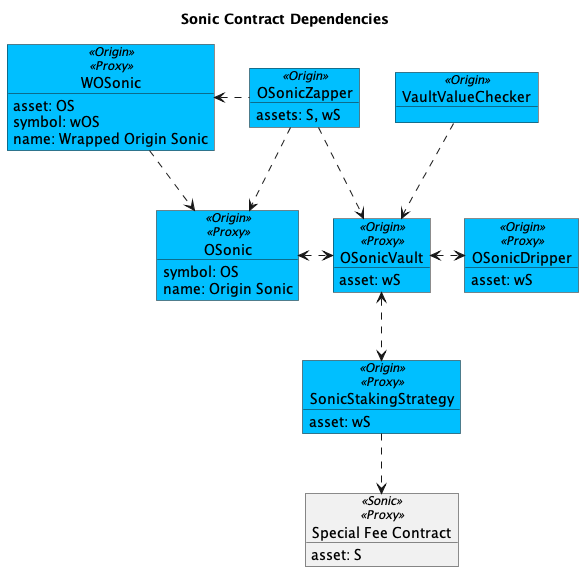
OriginProtocol/origin-dollar keeps this PlantUML diagram as contracts/docs/plantuml/sonicContracts.png. Above is the earlier version.
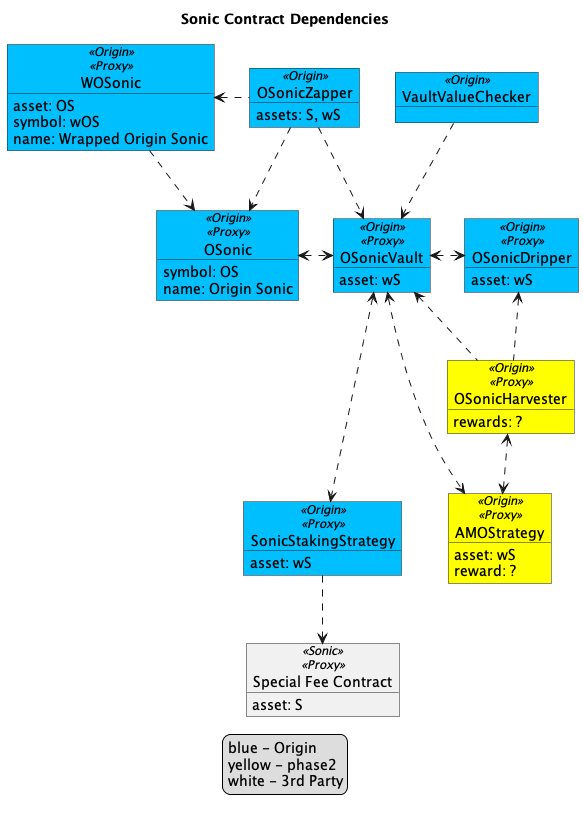
Later version of the same file.

Commit message:
Added phase 2 contracts to Sonic contract dependencies

The edit, as a diff of the source:
```diff
@@ -1,10 +1,16 @@
 @startuml
 
 !$originColor = DeepSkyBlue
+!$phase2 = Yellow
 !$newColor = LightGreen
 !$changedColor = Orange
 !$thirdPartyColor = WhiteSmoke
 
+legend
+blue - Origin
+yellow - phase2
+white - 3rd Party
+end legend
 
 title "Sonic Contract Dependencies"
 
@@ -38,11 +44,18 @@
     asset: wS
 }
 
-
 object "Special Fee Contract" as sfc <<Sonic>><<Proxy>> {
     asset: S
 }
 
+object "AMOStrategy" as amoStrat <<Origin>><<Proxy>> #$phase2 {
+    asset: wS
+    reward: ?
+}
+
+object "OSonicHarvester" as harv <<Origin>><<Proxy>> #$phase2 {
+    rewards: ?
+}
 
 wos <. zap
 zap ..> os
@@ -53,8 +66,14 @@
 wos ..> os
 os <.> vault
 vault <.> drip
-vault <..> stakeStrat
+vault <...> stakeStrat
 stakeStrat ..> sfc
+vault <...> amoStrat
+
+vault <.. harv
+drip <.. harv
+
+harv <..> amoStrat
 
 
 @enduml
```
